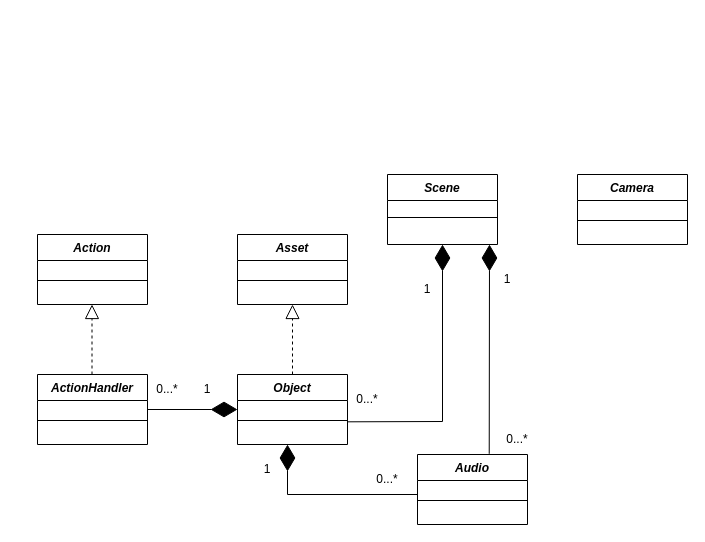
Before: Untitled Diagram.drawio in sai11101989/vrsemantics, a draw.io diagram. Source tidied: cells renumbered, new cells numbered last; positions are measured from the earlier drawing's top-left corner, leaving out a move shared by most shapes. Both pictures are drawn from the tidied source at 100%, with x=0, y=0 at pixel (37, 174).
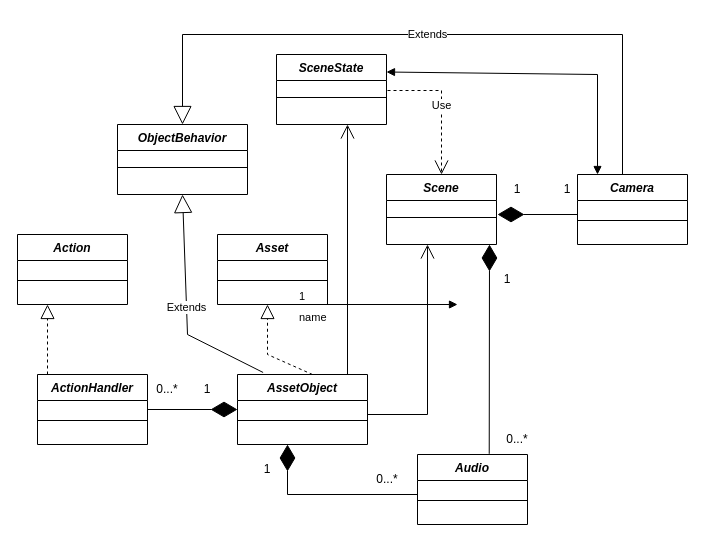
The same page after the edit.

The edit, as a diff of the source:
```diff
@@
     <mxCell id="2" value="Scene" style="swimlane;fontStyle=3;align=center;verticalAlign=top;horizontal=1;startSize=26;rounded=0;shadow=0;strokeWidth=1;" parent="1" vertex="1">
-      <mxGeometry x="350" width="110" height="70" as="geometry" />
+      <mxGeometry x="349" width="110" height="70" as="geometry" />
     </mxCell>
@@
     <mxCell id="4" value="Asset" style="swimlane;fontStyle=3;align=center;verticalAlign=top;horizontal=1;startSize=26;rounded=0;shadow=0;strokeWidth=1;" parent="1" vertex="1">
-      <mxGeometry x="200" y="60" width="110" height="70" as="geometry" />
+      <mxGeometry x="180" y="60" width="110" height="70" as="geometry" />
     </mxCell>
@@
-    <mxCell id="6" value="Object" style="swimlane;fontStyle=3;align=center;verticalAlign=top;horizontal=1;startSize=26;rounded=0;shadow=0;strokeWidth=1;" parent="1" vertex="1">
-      <mxGeometry x="200" y="200" width="110" height="70" as="geometry" />
+    <mxCell id="6" value="AssetObject" style="swimlane;fontStyle=3;align=center;verticalAlign=top;horizontal=1;startSize=26;rounded=0;shadow=0;strokeWidth=1;" parent="1" vertex="1">
+      <mxGeometry x="200" y="200" width="130" height="70" as="geometry" />
     </mxCell>
     <mxCell id="7" style="line;html=1;strokeWidth=1;align=left;verticalAlign=middle;spacingTop=-1;spacingLeft=3;spacingRight=3;labelPosition=right;" parent="6" vertex="1">
-      <mxGeometry y="26" width="110" height="40" as="geometry" />
+      <mxGeometry y="26" width="130" height="40" as="geometry" />
     </mxCell>
-    <mxCell id="8" style="endArrow=block;dashed=1;endFill=0;endSize=12;html=1;rounded=0;exitX=0.5;exitY=0;exitDx=0;exitDy=0;entryX=0.5;entryY=1;entryDx=0;entryDy=0;" parent="1" edge="1" source="6" target="4">
-      <mxGeometry relative="1" as="geometry" />
+    <mxCell id="8" style="endArrow=block;dashed=1;endFill=0;endSize=12;html=1;rounded=0;" parent="1" edge="1">
+      <mxGeometry relative="1" as="geometry">
+        <mxPoint x="275" y="200" as="sourcePoint" />
+        <mxPoint x="230" y="130" as="targetPoint" />
+        <Array as="points">
+          <mxPoint x="230" y="180" />
+        </Array>
+      </mxGeometry>
     </mxCell>
-    <mxCell id="9" value="0...*" style="text;html=1;strokeColor=none;fillColor=none;align=center;verticalAlign=middle;whiteSpace=wrap;rounded=0;" parent="1" vertex="1">
-      <mxGeometry x="300" y="210" width="60" height="30" as="geometry" />
-    </mxCell>
-    <mxCell id="10" style="endArrow=diamondThin;endFill=1;endSize=24;html=1;rounded=0;exitX=0.172;exitY=1.244;exitDx=0;exitDy=0;exitPerimeter=0;entryX=0.5;entryY=1;entryDx=0;entryDy=0;" parent="1" edge="1" source="9" target="2">
-      <mxGeometry relative="1" as="geometry">
-        <Array as="points">
-          <mxPoint x="405" y="247" />
-        </Array>
-      </mxGeometry>
-    </mxCell>
@@
-    <mxCell id="19" value="1" style="text;html=1;strokeColor=none;fillColor=none;align=center;verticalAlign=middle;whiteSpace=wrap;rounded=0;" parent="1" vertex="1">
-      <mxGeometry x="360" y="100" width="60" height="30" as="geometry" />
-    </mxCell>
@@
     <mxCell id="27" value="Action" style="swimlane;fontStyle=3;align=center;verticalAlign=top;horizontal=1;startSize=26;rounded=0;shadow=0;strokeWidth=1;" parent="1" vertex="1">
-      <mxGeometry y="60" width="110" height="70" as="geometry" />
+      <mxGeometry x="-20" y="60" width="110" height="70" as="geometry" />
     </mxCell>
@@
     <mxCell id="29" style="endArrow=block;dashed=1;endFill=0;endSize=12;html=1;rounded=0;exitX=0.5;exitY=0;exitDx=0;exitDy=0;entryX=0.5;entryY=1;entryDx=0;entryDy=0;" parent="1" edge="1">
       <mxGeometry relative="1" as="geometry">
-        <mxPoint x="54.5" y="200" as="sourcePoint" />
-        <mxPoint x="54.5" y="130" as="targetPoint" />
+        <mxPoint x="10" y="200" as="sourcePoint" />
+        <mxPoint x="10" y="130" as="targetPoint" />
       </mxGeometry>
     </mxCell>
+    <mxCell id="30" style="endArrow=diamondThin;endFill=1;endSize=24;html=1;rounded=0;" parent="1" edge="1">
+      <mxGeometry relative="1" as="geometry">
+        <mxPoint x="540" y="40" as="sourcePoint" />
+        <mxPoint x="460" y="40" as="targetPoint" />
+      </mxGeometry>
+    </mxCell>
+    <mxCell id="31" value="1" style="text;html=1;strokeColor=none;fillColor=none;align=center;verticalAlign=middle;whiteSpace=wrap;rounded=0;" parent="1" vertex="1">
+      <mxGeometry x="500" width="60" height="30" as="geometry" />
+    </mxCell>
+    <mxCell id="32" value="1" style="text;html=1;strokeColor=none;fillColor=none;align=center;verticalAlign=middle;whiteSpace=wrap;rounded=0;" parent="1" vertex="1">
+      <mxGeometry x="450" width="60" height="30" as="geometry" />
+    </mxCell>
+    <mxCell id="33" value="ObjectBehavior" style="swimlane;fontStyle=3;align=center;verticalAlign=top;horizontal=1;startSize=26;rounded=0;shadow=0;strokeWidth=1;" parent="1" vertex="1">
+      <mxGeometry x="80" y="-50" width="130" height="70" as="geometry" />
+    </mxCell>
+    <mxCell id="34" style="line;html=1;strokeWidth=1;align=left;verticalAlign=middle;spacingTop=-1;spacingLeft=3;spacingRight=3;labelPosition=right;" parent="33" vertex="1">
+      <mxGeometry y="26" width="130" height="34" as="geometry" />
+    </mxCell>
+    <mxCell id="35" value="Extends" style="endArrow=block;endSize=16;endFill=0;html=1;rounded=0;exitX=0.197;exitY=-0.029;exitDx=0;exitDy=0;entryX=0.5;entryY=1;entryDx=0;entryDy=0;exitPerimeter=0;" parent="1" edge="1" source="6" target="33">
+      <mxGeometry relative="1" as="geometry">
+        <Array as="points">
+          <mxPoint x="150" y="160" />
+        </Array>
+      </mxGeometry>
+    </mxCell>
+    <mxCell id="36" value="SceneState" style="swimlane;fontStyle=3;align=center;verticalAlign=top;horizontal=1;startSize=26;rounded=0;shadow=0;strokeWidth=1;" parent="1" vertex="1">
+      <mxGeometry x="239" y="-120" width="110" height="70" as="geometry" />
+    </mxCell>
+    <mxCell id="37" style="line;html=1;strokeWidth=1;align=left;verticalAlign=middle;spacingTop=-1;spacingLeft=3;spacingRight=3;labelPosition=right;" parent="36" vertex="1">
+      <mxGeometry y="26" width="110" height="34" as="geometry" />
+    </mxCell>
+    <mxCell id="38" style="endArrow=open;endFill=1;endSize=12;html=1;rounded=0;" parent="1" edge="1">
+      <mxGeometry relative="1" as="geometry">
+        <mxPoint x="330" y="240" as="sourcePoint" />
+        <mxPoint x="390" y="70" as="targetPoint" />
+        <Array as="points">
+          <mxPoint x="390" y="240" />
+        </Array>
+      </mxGeometry>
+    </mxCell>
+    <mxCell id="39" value="Use" style="endArrow=open;endSize=12;dashed=1;html=1;rounded=0;entryX=0.5;entryY=0;entryDx=0;entryDy=0;" parent="1" edge="1" target="2">
+      <mxGeometry relative="1" as="geometry">
+        <mxPoint x="350" y="-84" as="sourcePoint" />
+        <Array as="points">
+          <mxPoint x="404" y="-84" />
+        </Array>
+      </mxGeometry>
+    </mxCell>
+    <mxCell id="40" value="Extends" style="endArrow=block;endSize=16;endFill=0;html=1;rounded=0;entryX=0.5;entryY=0;entryDx=0;entryDy=0;" parent="1" edge="1" target="33">
+      <mxGeometry relative="1" as="geometry">
+        <mxPoint x="585" as="sourcePoint" />
+        <Array as="points">
+          <mxPoint x="585" y="-140" />
+          <mxPoint x="145" y="-140" />
+        </Array>
+      </mxGeometry>
+    </mxCell>
+    <mxCell id="41" style="endArrow=block;startArrow=block;endFill=1;startFill=1;html=1;rounded=0;entryX=1;entryY=0;entryDx=0;entryDy=0;exitX=1;exitY=0.25;exitDx=0;exitDy=0;" parent="1" edge="1" source="36" target="31">
+      <mxGeometry relative="1" as="geometry">
+        <Array as="points">
+          <mxPoint x="560" y="-100" />
+        </Array>
+      </mxGeometry>
+    </mxCell>
+    <mxCell id="42" style="endArrow=open;endFill=1;endSize=12;html=1;rounded=0;" parent="1" edge="1">
+      <mxGeometry relative="1" as="geometry">
+        <mxPoint x="310" y="200" as="sourcePoint" />
+        <mxPoint x="310" y="-50" as="targetPoint" />
+      </mxGeometry>
+    </mxCell>
+    <mxCell id="43" value="name" style="endArrow=block;endFill=1;html=1;edgeStyle=orthogonalEdgeStyle;align=left;verticalAlign=top;rounded=0;" parent="1" edge="1">
+      <mxGeometry x="-1" relative="1" as="geometry">
+        <mxPoint x="260" y="130" as="sourcePoint" />
+        <mxPoint x="420" y="130" as="targetPoint" />
+      </mxGeometry>
+    </mxCell>
+    <mxCell id="44" value="1" style="edgeLabel;html=1;align=left;verticalAlign=bottom;" parent="43" vertex="1">
+      <mxGeometry x="-1" relative="1" as="geometry" />
+    </mxCell>
```
